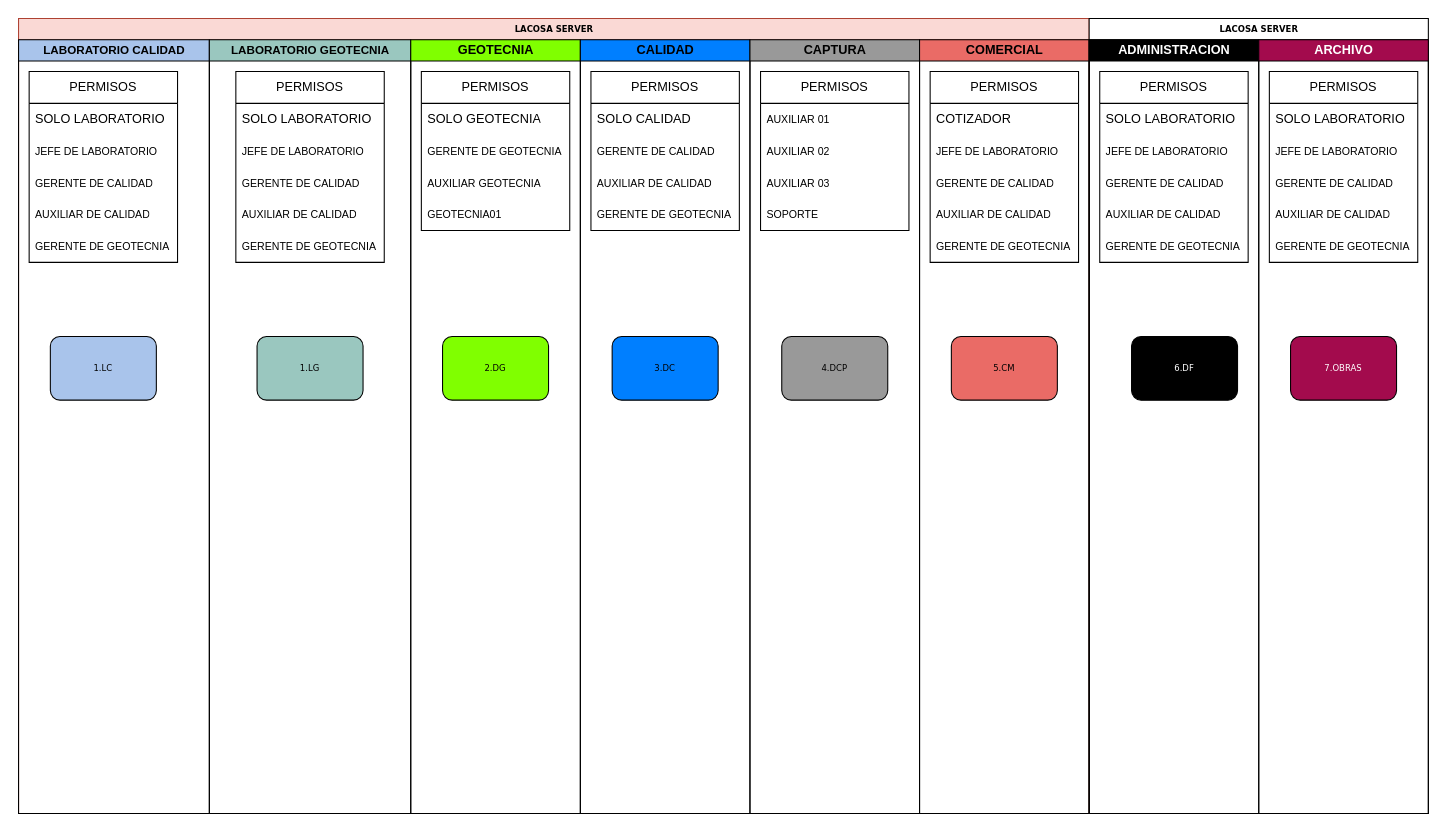
Earlier version of the draw.io diagram ServerDirection.drawio (DekarDev/Powershell). Source tidied: cells renumbered, new cells numbered last; positions are measured from the earlier drawing's top-left corner, leaving out a move shared by most shapes. Both pictures are drawn from the tidied source at 106%, with x=0, y=0 at pixel (18, 18).
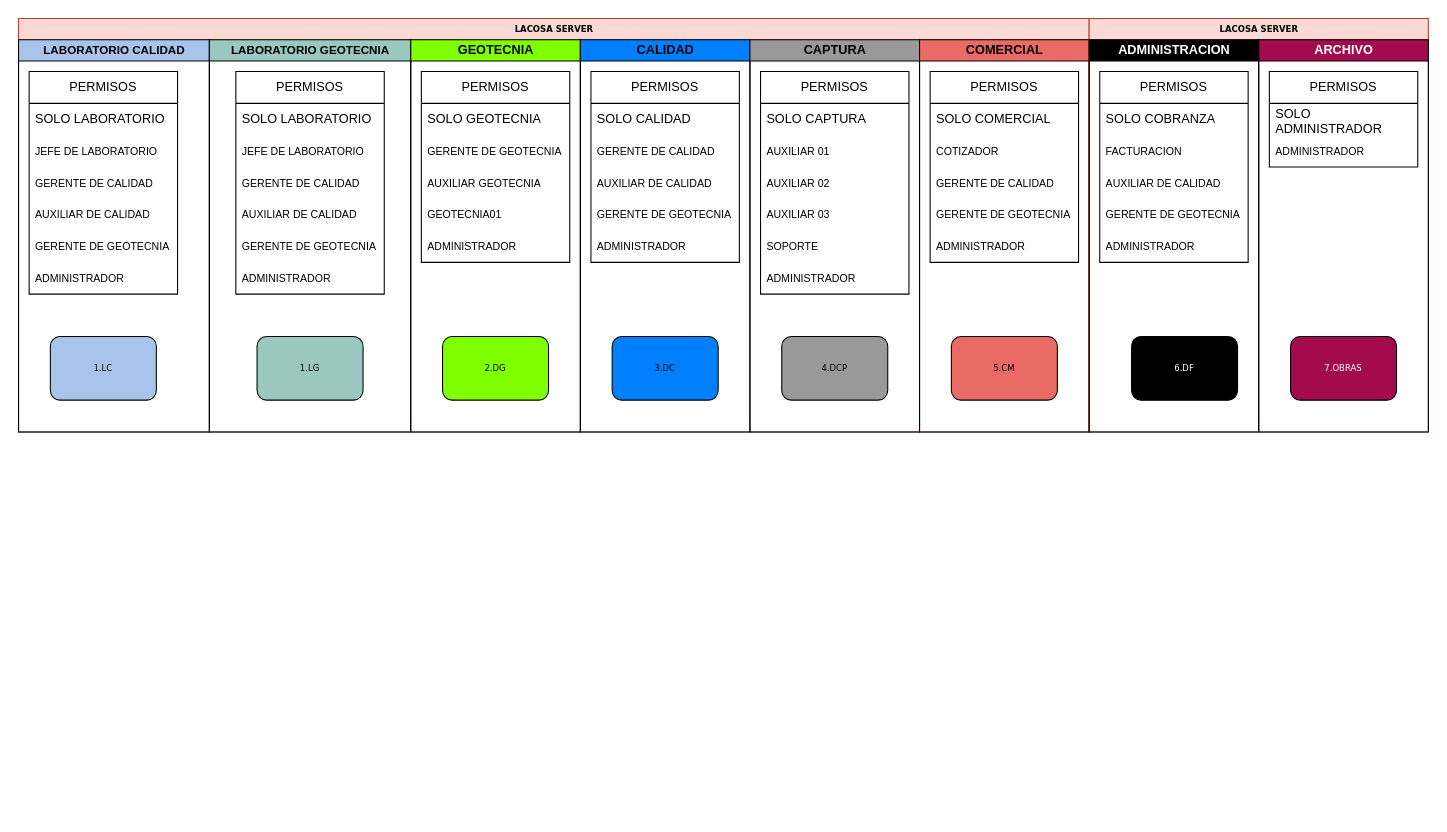
Above is the later version.

The change refers to these unchanged cells:
```xml
<mxCell id="44" value="PERMISOS" style="swimlane;fontStyle=0;horizontal=1;startSize=30;whiteSpace=wrap;html=1;" parent="42" vertex="1">
  <mxGeometry x="10" y="30" width="140" height="180" as="geometry" />
</mxCell>
<mxCell id="58" value="PERMISOS" style="swimlane;fontStyle=0;horizontal=1;startSize=30;whiteSpace=wrap;html=1;" parent="56" vertex="1">
  <mxGeometry x="10" y="30" width="140" height="180" as="geometry" />
</mxCell>
```

Change to the diagram source:
```diff
@@
     <mxCell id="2" value="LACOSA SERVER" style="swimlane;html=1;startSize=20;rounded=0;shadow=0;labelBackgroundColor=none;strokeWidth=1;fontFamily=Verdana;fontSize=8;align=center;fillColor=#fad9d5;strokeColor=#ae4132;" parent="1" vertex="1">
-      <mxGeometry width="1010" height="750" as="geometry" />
+      <mxGeometry width="1010" height="390" as="geometry" />
     </mxCell>
     <mxCell id="3" value="&lt;font style=&quot;font-size: 11px;&quot;&gt;LABORATORIO CALIDAD&lt;/font&gt;" style="swimlane;html=1;startSize=20;fillColor=#A9C4EB;" parent="2" vertex="1">
-      <mxGeometry y="20" width="180" height="730" as="geometry" />
+      <mxGeometry y="20" width="180" height="370" as="geometry" />
     </mxCell>
@@
     <mxCell id="5" value="PERMISOS" style="swimlane;fontStyle=0;horizontal=1;startSize=30;whiteSpace=wrap;html=1;" parent="3" vertex="1">
-      <mxGeometry x="10" y="30" width="140" height="180" as="geometry" />
+      <mxGeometry x="10" y="30" width="140" height="210" as="geometry" />
     </mxCell>
@@
+    <mxCell id="77" value="&lt;span style=&quot;font-size: x-small; background-color: initial;&quot;&gt;ADMINISTRADOR&lt;/span&gt;" style="text;strokeColor=none;fillColor=none;align=left;verticalAlign=middle;spacingLeft=4;spacingRight=4;overflow=hidden;whiteSpace=wrap;html=1;" parent="5" vertex="1">
+      <mxGeometry y="180" width="140" height="30" as="geometry" />
+    </mxCell>
@@
     <mxCell id="16" value="&lt;font style=&quot;font-size: 11px;&quot;&gt;LABORATORIO GEOTECNIA&lt;/font&gt;" style="swimlane;html=1;startSize=20;fillColor=#9AC7BF;" parent="2" vertex="1">
-      <mxGeometry x="180" y="20" width="190" height="730" as="geometry" />
+      <mxGeometry x="180" y="20" width="190" height="370" as="geometry" />
     </mxCell>
@@
     <mxCell id="18" value="PERMISOS" style="swimlane;fontStyle=0;horizontal=1;startSize=30;whiteSpace=wrap;html=1;" parent="16" vertex="1">
-      <mxGeometry x="25" y="30" width="140" height="180" as="geometry" />
+      <mxGeometry x="25" y="30" width="140" height="210" as="geometry" />
     </mxCell>
@@
+    <mxCell id="78" value="&lt;span style=&quot;font-size: x-small; background-color: initial;&quot;&gt;ADMINISTRADOR&lt;/span&gt;" style="text;strokeColor=none;fillColor=none;align=left;verticalAlign=middle;spacingLeft=4;spacingRight=4;overflow=hidden;whiteSpace=wrap;html=1;" parent="18" vertex="1">
+      <mxGeometry y="180" width="140" height="30" as="geometry" />
+    </mxCell>
     <mxCell id="24" value="GEOTECNIA" style="swimlane;html=1;startSize=20;fillColor=#80FF00;" parent="2" vertex="1">
-      <mxGeometry x="370" y="20" width="160" height="730" as="geometry" />
+      <mxGeometry x="370" y="20" width="160" height="370" as="geometry" />
     </mxCell>
@@
     <mxCell id="26" value="CALIDAD" style="swimlane;html=1;startSize=20;fillColor=#007FFF;" parent="2" vertex="1">
-      <mxGeometry x="530" y="20" width="160" height="730" as="geometry" />
+      <mxGeometry x="530" y="20" width="160" height="370" as="geometry" />
     </mxCell>
@@
     <mxCell id="29" value="PERMISOS" style="swimlane;fontStyle=0;horizontal=1;startSize=30;whiteSpace=wrap;html=1;" parent="26" vertex="1">
-      <mxGeometry x="10" y="30" width="140" height="150" as="geometry" />
+      <mxGeometry x="10" y="30" width="140" height="180" as="geometry" />
     </mxCell>
@@
+    <mxCell id="79" value="&lt;span style=&quot;font-size: x-small; background-color: initial;&quot;&gt;ADMINISTRADOR&lt;/span&gt;" style="text;strokeColor=none;fillColor=none;align=left;verticalAlign=middle;spacingLeft=4;spacingRight=4;overflow=hidden;whiteSpace=wrap;html=1;" parent="29" vertex="1">
+      <mxGeometry y="150" width="140" height="30" as="geometry" />
+    </mxCell>
     <mxCell id="34" value="CAPTURA" style="swimlane;html=1;startSize=20;fillColor=#999999;" parent="2" vertex="1">
-      <mxGeometry x="690" y="20" width="160" height="730" as="geometry" />
+      <mxGeometry x="690" y="20" width="160" height="370" as="geometry" />
     </mxCell>
@@
     <mxCell id="37" value="PERMISOS" style="swimlane;fontStyle=0;horizontal=1;startSize=30;whiteSpace=wrap;html=1;" parent="34" vertex="1">
-      <mxGeometry x="10" y="30" width="140" height="150" as="geometry" />
+      <mxGeometry x="10" y="30" width="140" height="210" as="geometry" />
     </mxCell>
+    <mxCell id="80" value="SOLO CAPTURA" style="text;strokeColor=none;fillColor=none;align=left;verticalAlign=middle;spacingLeft=4;spacingRight=4;overflow=hidden;whiteSpace=wrap;html=1;" parent="37" vertex="1">
+      <mxGeometry y="30" width="140" height="30" as="geometry" />
+    </mxCell>
     <mxCell id="38" value="&lt;span style=&quot;font-size: x-small; background-color: initial;&quot;&gt;AUXILIAR 01&lt;/span&gt;" style="text;strokeColor=none;fillColor=none;align=left;verticalAlign=middle;spacingLeft=4;spacingRight=4;overflow=hidden;whiteSpace=wrap;html=1;" parent="37" vertex="1">
-      <mxGeometry y="30" width="140" height="30" as="geometry" />
+      <mxGeometry y="60" width="140" height="30" as="geometry" />
     </mxCell>
     <mxCell id="39" value="&lt;span style=&quot;font-size: x-small; background-color: initial;&quot;&gt;AUXILIAR 02&lt;/span&gt;" style="text;strokeColor=none;fillColor=none;align=left;verticalAlign=middle;spacingLeft=4;spacingRight=4;overflow=hidden;whiteSpace=wrap;html=1;" parent="37" vertex="1">
-      <mxGeometry y="60" width="140" height="30" as="geometry" />
+      <mxGeometry y="90" width="140" height="30" as="geometry" />
     </mxCell>
     <mxCell id="40" value="&lt;span style=&quot;font-size: x-small; background-color: initial;&quot;&gt;AUXILIAR 03&lt;/span&gt;" style="text;strokeColor=none;fillColor=none;align=left;verticalAlign=middle;spacingLeft=4;spacingRight=4;overflow=hidden;whiteSpace=wrap;html=1;" parent="37" vertex="1">
-      <mxGeometry y="90" width="140" height="30" as="geometry" />
+      <mxGeometry y="120" width="140" height="30" as="geometry" />
     </mxCell>
     <mxCell id="41" value="&lt;span style=&quot;font-size: x-small; background-color: initial;&quot;&gt;SOPORTE&lt;/span&gt;" style="text;strokeColor=none;fillColor=none;align=left;verticalAlign=middle;spacingLeft=4;spacingRight=4;overflow=hidden;whiteSpace=wrap;html=1;" parent="37" vertex="1">
-      <mxGeometry y="120" width="140" height="30" as="geometry" />
+      <mxGeometry y="150" width="140" height="30" as="geometry" />
     </mxCell>
+    <mxCell id="81" value="&lt;span style=&quot;font-size: x-small; background-color: initial;&quot;&gt;ADMINISTRADOR&lt;/span&gt;" style="text;strokeColor=none;fillColor=none;align=left;verticalAlign=middle;spacingLeft=4;spacingRight=4;overflow=hidden;whiteSpace=wrap;html=1;" parent="37" vertex="1">
+      <mxGeometry y="180" width="140" height="30" as="geometry" />
+    </mxCell>
     <mxCell id="42" value="COMERCIAL" style="swimlane;html=1;startSize=20;fillColor=#EA6B66;" parent="2" vertex="1">
-      <mxGeometry x="850" y="20" width="160" height="730" as="geometry" />
+      <mxGeometry x="850" y="20" width="160" height="370" as="geometry" />
     </mxCell>
@@
-    <mxCell id="45" value="COTIZADOR" style="text;strokeColor=none;fillColor=none;align=left;verticalAlign=middle;spacingLeft=4;spacingRight=4;overflow=hidden;whiteSpace=wrap;html=1;" parent="44" vertex="1">
+    <mxCell id="45" value="SOLO COMERCIAL" style="text;strokeColor=none;fillColor=none;align=left;verticalAlign=middle;spacingLeft=4;spacingRight=4;overflow=hidden;whiteSpace=wrap;html=1;" parent="44" vertex="1">
       <mxGeometry y="30" width="140" height="30" as="geometry" />
     </mxCell>
-    <mxCell id="46" value="&lt;span style=&quot;font-size: x-small; background-color: initial;&quot;&gt;JEFE DE LABORATORIO&lt;/span&gt;" style="text;strokeColor=none;fillColor=none;align=left;verticalAlign=middle;spacingLeft=4;spacingRight=4;overflow=hidden;whiteSpace=wrap;html=1;" parent="44" vertex="1">
-      <mxGeometry y="60" width="140" height="30" as="geometry" />
-    </mxCell>
+    <mxCell id="82" value="&lt;span style=&quot;font-size: x-small; background-color: initial;&quot;&gt;COTIZADOR&lt;/span&gt;" style="text;strokeColor=none;fillColor=none;align=left;verticalAlign=middle;spacingLeft=4;spacingRight=4;overflow=hidden;whiteSpace=wrap;html=1;" parent="44" vertex="1">
+      <mxGeometry y="60" width="140" height="30" as="geometry" />
+    </mxCell>
@@
-    <mxCell id="48" value="&lt;span style=&quot;font-size: x-small; background-color: initial;&quot;&gt;AUXILIAR DE CALIDAD&lt;/span&gt;" style="text;strokeColor=none;fillColor=none;align=left;verticalAlign=middle;spacingLeft=4;spacingRight=4;overflow=hidden;whiteSpace=wrap;html=1;" parent="44" vertex="1">
-      <mxGeometry y="120" width="140" height="30" as="geometry" />
-    </mxCell>
     <mxCell id="49" value="&lt;span style=&quot;font-size: x-small; background-color: initial;&quot;&gt;GERENTE DE GEOTECNIA&lt;/span&gt;" style="text;strokeColor=none;fillColor=none;align=left;verticalAlign=middle;spacingLeft=4;spacingRight=4;overflow=hidden;whiteSpace=wrap;html=1;" parent="44" vertex="1">
-      <mxGeometry y="150" width="140" height="30" as="geometry" />
+      <mxGeometry y="120" width="140" height="30" as="geometry" />
     </mxCell>
+    <mxCell id="83" value="&lt;span style=&quot;font-size: x-small; background-color: initial;&quot;&gt;ADMINISTRADOR&lt;/span&gt;" style="text;strokeColor=none;fillColor=none;align=left;verticalAlign=middle;spacingLeft=4;spacingRight=4;overflow=hidden;whiteSpace=wrap;html=1;" parent="44" vertex="1">
+      <mxGeometry y="150" width="140" height="30" as="geometry" />
+    </mxCell>
-    <mxCell id="50" value="LACOSA SERVER" style="swimlane;html=1;startSize=20;rounded=0;shadow=0;labelBackgroundColor=none;strokeWidth=1;fontFamily=Verdana;fontSize=8;align=center;" parent="1" vertex="1">
-      <mxGeometry x="1010" width="320" height="750" as="geometry" />
+    <mxCell id="50" value="LACOSA SERVER" style="swimlane;html=1;startSize=20;rounded=0;shadow=0;labelBackgroundColor=none;strokeWidth=1;fontFamily=Verdana;fontSize=8;align=center;fillColor=#fad9d5;strokeColor=#ae4132;" parent="1" vertex="1">
+      <mxGeometry x="1010" width="320" height="390" as="geometry" />
     </mxCell>
@@
     <mxCell id="56" value="ADMINISTRACION" style="swimlane;html=1;startSize=20;fillColor=#000000;fontColor=#FFFFFF;" parent="50" vertex="1">
-      <mxGeometry y="20" width="160" height="730" as="geometry" />
+      <mxGeometry y="20" width="160" height="370" as="geometry" />
     </mxCell>
@@
-    <mxCell id="59" value="SOLO LABORATORIO" style="text;strokeColor=none;fillColor=none;align=left;verticalAlign=middle;spacingLeft=4;spacingRight=4;overflow=hidden;whiteSpace=wrap;html=1;" parent="58" vertex="1">
+    <mxCell id="59" value="SOLO COBRANZA" style="text;strokeColor=none;fillColor=none;align=left;verticalAlign=middle;spacingLeft=4;spacingRight=4;overflow=hidden;whiteSpace=wrap;html=1;" parent="58" vertex="1">
       <mxGeometry y="30" width="140" height="30" as="geometry" />
     </mxCell>
-    <mxCell id="60" value="&lt;span style=&quot;font-size: x-small; background-color: initial;&quot;&gt;JEFE DE LABORATORIO&lt;/span&gt;" style="text;strokeColor=none;fillColor=none;align=left;verticalAlign=middle;spacingLeft=4;spacingRight=4;overflow=hidden;whiteSpace=wrap;html=1;" parent="58" vertex="1">
+    <mxCell id="60" value="&lt;span style=&quot;font-size: x-small; background-color: initial;&quot;&gt;FACTURACION&lt;/span&gt;" style="text;strokeColor=none;fillColor=none;align=left;verticalAlign=middle;spacingLeft=4;spacingRight=4;overflow=hidden;whiteSpace=wrap;html=1;" parent="58" vertex="1">
       <mxGeometry y="60" width="140" height="30" as="geometry" />
     </mxCell>
-    <mxCell id="61" value="&lt;span style=&quot;font-size: x-small; background-color: initial;&quot;&gt;GERENTE DE CALIDAD&lt;/span&gt;" style="text;strokeColor=none;fillColor=none;align=left;verticalAlign=middle;spacingLeft=4;spacingRight=4;overflow=hidden;whiteSpace=wrap;html=1;" parent="58" vertex="1">
-      <mxGeometry y="90" width="140" height="30" as="geometry" />
-    </mxCell>
     <mxCell id="62" value="&lt;span style=&quot;font-size: x-small; background-color: initial;&quot;&gt;AUXILIAR DE CALIDAD&lt;/span&gt;" style="text;strokeColor=none;fillColor=none;align=left;verticalAlign=middle;spacingLeft=4;spacingRight=4;overflow=hidden;whiteSpace=wrap;html=1;" parent="58" vertex="1">
-      <mxGeometry y="120" width="140" height="30" as="geometry" />
+      <mxGeometry y="90" width="140" height="30" as="geometry" />
     </mxCell>
     <mxCell id="63" value="&lt;span style=&quot;font-size: x-small; background-color: initial;&quot;&gt;GERENTE DE GEOTECNIA&lt;/span&gt;" style="text;strokeColor=none;fillColor=none;align=left;verticalAlign=middle;spacingLeft=4;spacingRight=4;overflow=hidden;whiteSpace=wrap;html=1;" parent="58" vertex="1">
-      <mxGeometry y="150" width="140" height="30" as="geometry" />
+      <mxGeometry y="120" width="140" height="30" as="geometry" />
     </mxCell>
+    <mxCell id="84" value="&lt;span style=&quot;font-size: x-small; background-color: initial;&quot;&gt;ADMINISTRADOR&lt;/span&gt;" style="text;strokeColor=none;fillColor=none;align=left;verticalAlign=middle;spacingLeft=4;spacingRight=4;overflow=hidden;whiteSpace=wrap;html=1;" parent="58" vertex="1">
+      <mxGeometry y="150" width="140" height="30" as="geometry" />
+    </mxCell>
     <mxCell id="64" value="ARCHIVO" style="swimlane;html=1;startSize=20;fillColor=#A30B4D;labelBackgroundColor=none;fontColor=#FFFFFF;" parent="50" vertex="1">
-      <mxGeometry x="160" y="20" width="160" height="730" as="geometry" />
+      <mxGeometry x="160" y="20" width="160" height="370" as="geometry" />
     </mxCell>
@@
     <mxCell id="66" value="PERMISOS" style="swimlane;fontStyle=0;horizontal=1;startSize=30;whiteSpace=wrap;html=1;" parent="64" vertex="1">
-      <mxGeometry x="10" y="30" width="140" height="180" as="geometry" />
+      <mxGeometry x="10" y="30" width="140" height="90" as="geometry" />
     </mxCell>
-    <mxCell id="67" value="SOLO LABORATORIO" style="text;strokeColor=none;fillColor=none;align=left;verticalAlign=middle;spacingLeft=4;spacingRight=4;overflow=hidden;whiteSpace=wrap;html=1;" parent="66" vertex="1">
+    <mxCell id="67" value="SOLO ADMINISTRADOR" style="text;strokeColor=none;fillColor=none;align=left;verticalAlign=middle;spacingLeft=4;spacingRight=4;overflow=hidden;whiteSpace=wrap;html=1;" parent="66" vertex="1">
       <mxGeometry y="30" width="140" height="30" as="geometry" />
     </mxCell>
-    <mxCell id="68" value="&lt;span style=&quot;font-size: x-small; background-color: initial;&quot;&gt;JEFE DE LABORATORIO&lt;/span&gt;" style="text;strokeColor=none;fillColor=none;align=left;verticalAlign=middle;spacingLeft=4;spacingRight=4;overflow=hidden;whiteSpace=wrap;html=1;" parent="66" vertex="1">
-      <mxGeometry y="60" width="140" height="30" as="geometry" />
-    </mxCell>
-    <mxCell id="69" value="&lt;span style=&quot;font-size: x-small; background-color: initial;&quot;&gt;GERENTE DE CALIDAD&lt;/span&gt;" style="text;strokeColor=none;fillColor=none;align=left;verticalAlign=middle;spacingLeft=4;spacingRight=4;overflow=hidden;whiteSpace=wrap;html=1;" parent="66" vertex="1">
-      <mxGeometry y="90" width="140" height="30" as="geometry" />
-    </mxCell>
-    <mxCell id="70" value="&lt;span style=&quot;font-size: x-small; background-color: initial;&quot;&gt;AUXILIAR DE CALIDAD&lt;/span&gt;" style="text;strokeColor=none;fillColor=none;align=left;verticalAlign=middle;spacingLeft=4;spacingRight=4;overflow=hidden;whiteSpace=wrap;html=1;" parent="66" vertex="1">
-      <mxGeometry y="120" width="140" height="30" as="geometry" />
-    </mxCell>
-    <mxCell id="71" value="&lt;span style=&quot;font-size: x-small; background-color: initial;&quot;&gt;GERENTE DE GEOTECNIA&lt;/span&gt;" style="text;strokeColor=none;fillColor=none;align=left;verticalAlign=middle;spacingLeft=4;spacingRight=4;overflow=hidden;whiteSpace=wrap;html=1;" parent="66" vertex="1">
-      <mxGeometry y="150" width="140" height="30" as="geometry" />
-    </mxCell>
+    <mxCell id="85" value="&lt;span style=&quot;font-size: x-small; background-color: initial;&quot;&gt;ADMINISTRADOR&lt;/span&gt;" style="text;strokeColor=none;fillColor=none;align=left;verticalAlign=middle;spacingLeft=4;spacingRight=4;overflow=hidden;whiteSpace=wrap;html=1;" parent="66" vertex="1">
+      <mxGeometry y="60" width="140" height="30" as="geometry" />
+    </mxCell>
     <mxCell id="72" value="PERMISOS" style="swimlane;fontStyle=0;horizontal=1;startSize=30;whiteSpace=wrap;html=1;" parent="1" vertex="1">
-      <mxGeometry x="380" y="50" width="140" height="150" as="geometry" />
+      <mxGeometry x="380" y="50" width="140" height="180" as="geometry" />
     </mxCell>
@@
+    <mxCell id="86" value="&lt;span style=&quot;font-size: x-small; background-color: initial;&quot;&gt;ADMINISTRADOR&lt;/span&gt;" style="text;strokeColor=none;fillColor=none;align=left;verticalAlign=middle;spacingLeft=4;spacingRight=4;overflow=hidden;whiteSpace=wrap;html=1;" parent="72" vertex="1">
+      <mxGeometry y="150" width="140" height="30" as="geometry" />
+    </mxCell>
```
